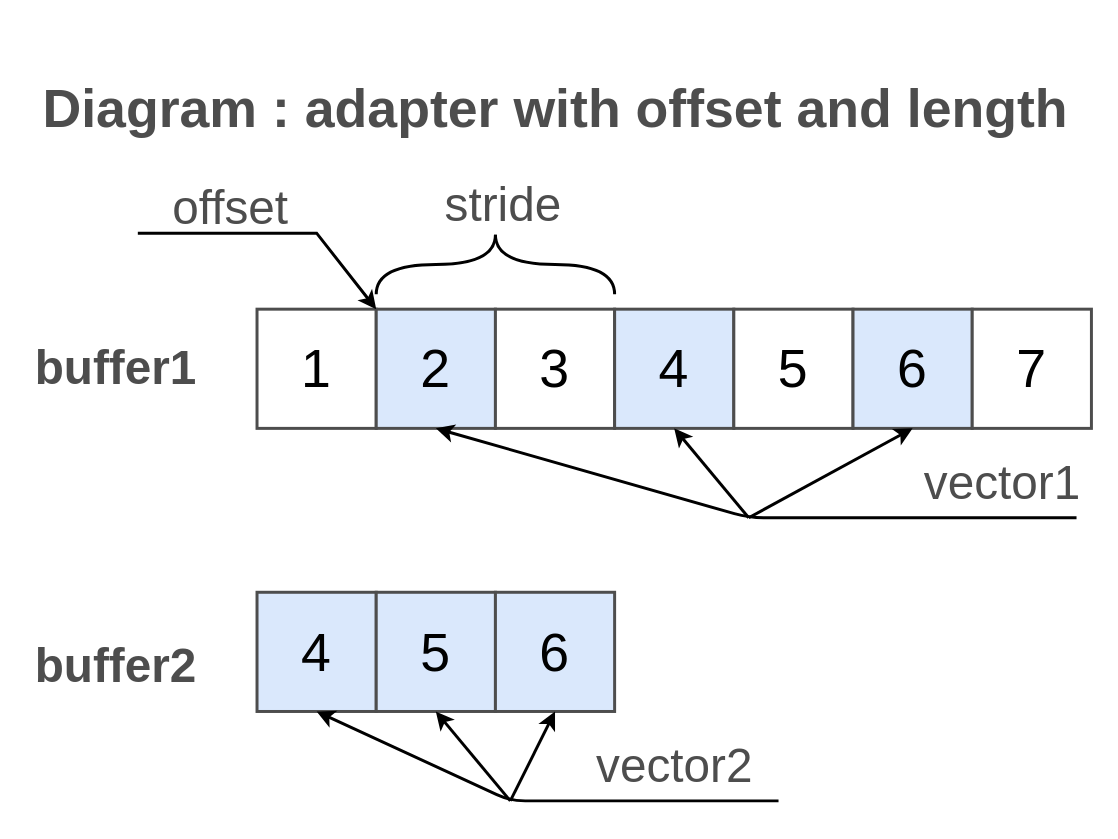
Earlier version of the draw.io diagram page "FromRangeAndStride" (1 of 3) of doc/img/VectorAdapterFrom.drawio (Wandalen/wMathVector). Source tidied: cells renumbered, new cells numbered last; positions are measured from the earlier drawing's top-left corner, leaving out a move shared by most shapes. Both pictures are drawn from the tidied source at 149%, with x=0, y=0 at pixel (25, 70).
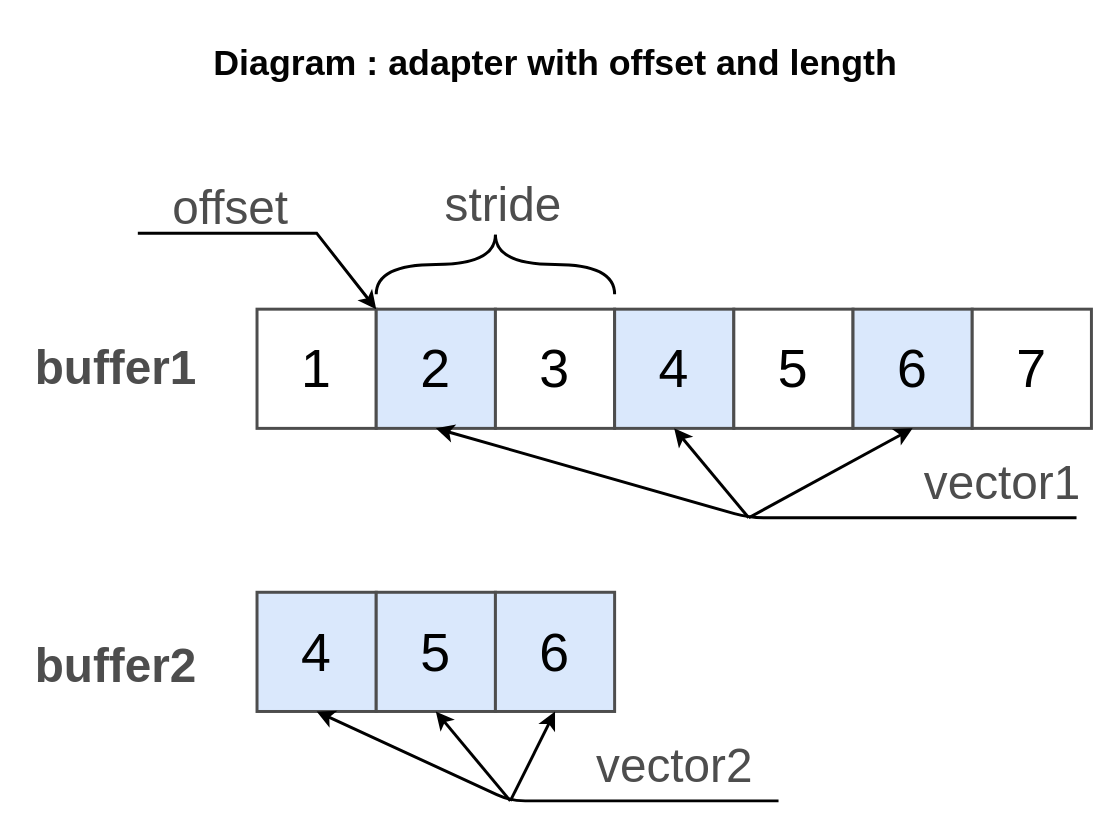
The same diagram, later.

What changed in the source:
```diff
@@
-<mxGraphModel>
+<mxGraphModel background="#ffffff">
@@
-    <mxCell id="27" value="Diagram : adapter with offset and length" style="text;html=1;align=center;verticalAlign=middle;fontSize=36;fontColor=#4D4D4D;fontStyle=1;" parent="1" vertex="1">
-      <mxGeometry x="5" width="700" height="50" as="geometry" />
+    <mxCell id="27" value="Diagram : adapter with offset and length" style="text;html=1;align=center;verticalAlign=middle;fontSize=24;fontColor=#030303;fontStyle=1;" parent="1" vertex="1">
+      <mxGeometry x="5" y="-30" width="700" height="50" as="geometry" />
     </mxCell>
```
